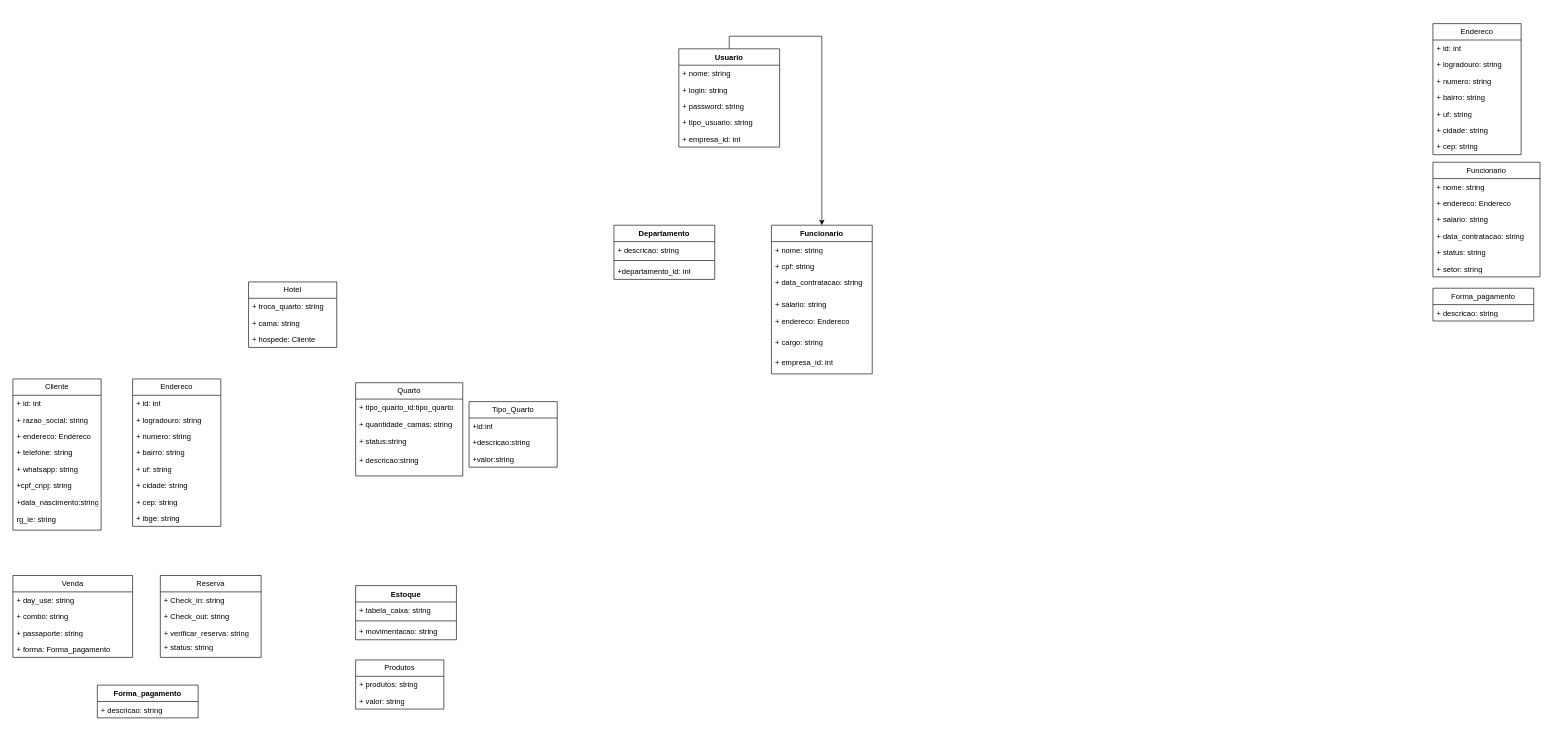
This is page "Geral" (1 of 3) of Diagrama sem nome.drawio from FSOFTSistemas/Lago, a draw.io file, before an edit. Source tidied: cells renumbered, new cells numbered last; positions are measured from the earlier drawing's top-left corner, leaving out a move shared by most shapes. Both pictures are drawn from the tidied source at 63%, with x=0, y=0 at pixel (13, 23).
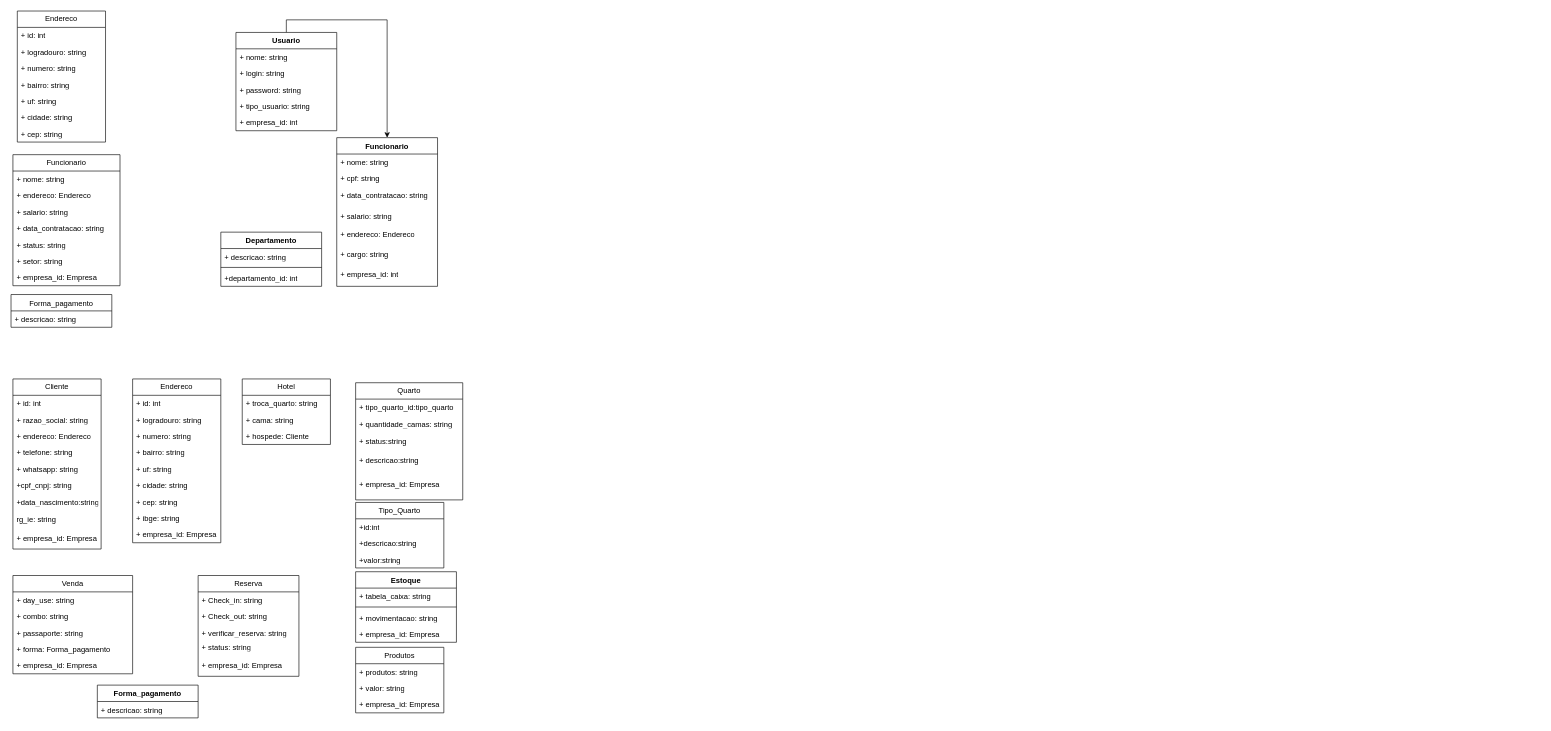
The same page after the edit.

The edit, as a diff of the source:
```diff
@@
     <mxCell id="2" value="Endereco" style="swimlane;fontStyle=0;horizontal=1;startSize=26;fillColor=none;whiteSpace=wrap;html=1;" parent="1" vertex="1">
-      <mxGeometry x="2254" width="140" height="208" as="geometry" />
+      <mxGeometry x="7" y="-20" width="140" height="208" as="geometry" />
     </mxCell>
@@
     <mxCell id="10" value="Cliente" style="swimlane;fontStyle=0;horizontal=1;startSize=26;fillColor=none;whiteSpace=wrap;html=1;" parent="1" vertex="1">
-      <mxGeometry y="564" width="140" height="240" as="geometry" />
+      <mxGeometry y="564" width="140" height="270" as="geometry" />
     </mxCell>
@@
+    <mxCell id="88" value="rg_ie: string" style="text;strokeColor=none;fillColor=none;align=left;verticalAlign=top;spacingLeft=4;spacingRight=4;overflow=hidden;whiteSpace=wrap;html=1;" parent="10" vertex="1">
+      <mxGeometry y="210" width="140" height="30" as="geometry" />
+    </mxCell>
-    <mxCell id="18" value="rg_ie: string" style="text;strokeColor=none;fillColor=none;align=left;verticalAlign=top;spacingLeft=4;spacingRight=4;overflow=hidden;whiteSpace=wrap;html=1;" parent="10" vertex="1">
-      <mxGeometry y="210" width="140" height="30" as="geometry" />
+    <mxCell id="18" value="+ empresa_id: Empresa" style="text;strokeColor=none;fillColor=none;align=left;verticalAlign=top;spacingLeft=4;spacingRight=4;overflow=hidden;whiteSpace=wrap;html=1;" parent="10" vertex="1">
+      <mxGeometry y="240" width="140" height="30" as="geometry" />
     </mxCell>
     <mxCell id="19" value="Funcionario" style="swimlane;fontStyle=0;horizontal=1;startSize=26;fillColor=none;whiteSpace=wrap;html=1;" parent="1" vertex="1">
-      <mxGeometry x="2254" y="220" width="170" height="182" as="geometry" />
+      <mxGeometry y="208" width="170" height="208" as="geometry" />
     </mxCell>
@@
+    <mxCell id="89" value="+ empresa_id: Empresa" style="text;strokeColor=none;fillColor=none;align=left;verticalAlign=top;spacingLeft=4;spacingRight=4;overflow=hidden;whiteSpace=wrap;html=1;" parent="19" vertex="1">
+      <mxGeometry y="182" width="170" height="26" as="geometry" />
+    </mxCell>
     <mxCell id="26" value="&lt;span style=&quot;font-weight: normal;&quot;&gt;Forma_pagamento&lt;/span&gt;" style="swimlane;fontStyle=1;align=center;verticalAlign=top;horizontal=1;startSize=26;whiteSpace=wrap;html=1;" parent="1" vertex="1">
-      <mxGeometry x="2254" y="420" width="160" height="52" as="geometry" />
+      <mxGeometry x="-3" y="430" width="160" height="52" as="geometry" />
     </mxCell>
@@
     <mxCell id="30" value="Venda" style="swimlane;fontStyle=0;horizontal=1;startSize=26;fillColor=none;whiteSpace=wrap;html=1;" parent="1" vertex="1">
-      <mxGeometry y="876" width="190" height="130" as="geometry" />
+      <mxGeometry y="876" width="190" height="156" as="geometry" />
     </mxCell>
@@
+    <mxCell id="90" value="+ forma: Forma_pagamento" style="text;strokeColor=none;fillColor=none;align=left;verticalAlign=top;spacingLeft=4;spacingRight=4;overflow=hidden;whiteSpace=wrap;html=1;" parent="30" vertex="1">
+      <mxGeometry y="104" width="190" height="26" as="geometry" />
+    </mxCell>
-    <mxCell id="34" value="+ forma: Forma_pagamento" style="text;strokeColor=none;fillColor=none;align=left;verticalAlign=top;spacingLeft=4;spacingRight=4;overflow=hidden;whiteSpace=wrap;html=1;" parent="30" vertex="1">
-      <mxGeometry y="104" width="190" height="26" as="geometry" />
+    <mxCell id="34" value="+ empresa_id: Empresa" style="text;strokeColor=none;fillColor=none;align=left;verticalAlign=top;spacingLeft=4;spacingRight=4;overflow=hidden;whiteSpace=wrap;html=1;" parent="30" vertex="1">
+      <mxGeometry y="130" width="190" height="26" as="geometry" />
     </mxCell>
     <mxCell id="35" value="Hotel" style="swimlane;fontStyle=0;horizontal=1;startSize=26;fillColor=none;whiteSpace=wrap;html=1;" parent="1" vertex="1">
-      <mxGeometry x="374" y="410" width="140" height="104" as="geometry" />
+      <mxGeometry x="364" y="564" width="140" height="104" as="geometry" />
     </mxCell>
@@
     <mxCell id="39" value="Quarto" style="swimlane;fontStyle=0;horizontal=1;startSize=26;fillColor=none;whiteSpace=wrap;html=1;" parent="1" vertex="1">
-      <mxGeometry x="544" y="570" width="170" height="148" as="geometry" />
+      <mxGeometry x="544" y="570" width="170" height="186" as="geometry" />
     </mxCell>
@@
+    <mxCell id="91" value="+ empresa_id: Empresa" style="text;strokeColor=none;fillColor=none;align=left;verticalAlign=top;spacingLeft=4;spacingRight=4;overflow=hidden;whiteSpace=wrap;html=1;" parent="39" vertex="1">
+      <mxGeometry y="148" width="170" height="38" as="geometry" />
+    </mxCell>
     <mxCell id="44" value="Reserva" style="swimlane;fontStyle=0;horizontal=1;startSize=26;fillColor=none;whiteSpace=wrap;html=1;" parent="1" vertex="1">
-      <mxGeometry x="234" y="876" width="160" height="130" as="geometry" />
+      <mxGeometry x="294" y="876" width="160" height="160" as="geometry" />
     </mxCell>
@@
+    <mxCell id="92" value="+ empresa_id: Empresa" style="text;strokeColor=none;fillColor=none;align=left;verticalAlign=top;spacingLeft=4;spacingRight=4;overflow=hidden;whiteSpace=wrap;html=1;" parent="44" vertex="1">
+      <mxGeometry y="130" width="160" height="30" as="geometry" />
+    </mxCell>
     <mxCell id="49" value="Produtos" style="swimlane;fontStyle=0;horizontal=1;startSize=26;fillColor=none;whiteSpace=wrap;html=1;" parent="1" vertex="1">
-      <mxGeometry x="544" y="1010" width="140" height="78" as="geometry" />
+      <mxGeometry x="544" y="990" width="140" height="104" as="geometry" />
     </mxCell>
@@
+    <mxCell id="93" value="+ empresa_id: Empresa" style="text;strokeColor=none;fillColor=none;align=left;verticalAlign=top;spacingLeft=4;spacingRight=4;overflow=hidden;whiteSpace=wrap;html=1;" parent="49" vertex="1">
+      <mxGeometry y="78" width="140" height="26" as="geometry" />
+    </mxCell>
     <mxCell id="52" value="Estoque" style="swimlane;fontStyle=1;align=center;verticalAlign=top;horizontal=1;startSize=26;whiteSpace=wrap;html=1;" parent="1" vertex="1">
-      <mxGeometry x="544" y="892" width="160" height="86" as="geometry" />
+      <mxGeometry x="544" y="870" width="160" height="112" as="geometry" />
     </mxCell>
@@
+    <mxCell id="94" value="+ empresa_id: Empresa" style="text;strokeColor=none;fillColor=none;align=left;verticalAlign=top;spacingLeft=4;spacingRight=4;overflow=hidden;whiteSpace=wrap;html=1;" parent="52" vertex="1">
+      <mxGeometry y="86" width="160" height="26" as="geometry" />
+    </mxCell>
@@
     <mxCell id="57" value="Usuario" style="swimlane;fontStyle=1;align=center;verticalAlign=top;horizontal=1;startSize=26;whiteSpace=wrap;html=1;" parent="1" vertex="1">
-      <mxGeometry x="1057" y="40" width="160" height="156" as="geometry" />
+      <mxGeometry x="354" y="14" width="160" height="156" as="geometry" />
     </mxCell>
@@
     <mxCell id="63" value="Funcionario" style="swimlane;fontStyle=1;align=center;verticalAlign=top;horizontal=1;startSize=26;whiteSpace=wrap;html=1;" parent="1" vertex="1">
-      <mxGeometry x="1204" y="320" width="160" height="236" as="geometry" />
+      <mxGeometry x="514" y="181" width="160" height="236" as="geometry" />
     </mxCell>
@@
     <mxCell id="71" value="Departamento" style="swimlane;fontStyle=1;align=center;verticalAlign=top;horizontal=1;startSize=26;whiteSpace=wrap;html=1;" parent="1" vertex="1">
-      <mxGeometry x="954" y="320" width="160" height="86" as="geometry" />
+      <mxGeometry x="330" y="331" width="160" height="86" as="geometry" />
     </mxCell>
@@
     <mxCell id="75" value="Endereco" style="swimlane;fontStyle=0;horizontal=1;startSize=26;fillColor=none;whiteSpace=wrap;html=1;" parent="1" vertex="1">
-      <mxGeometry x="190" y="564" width="140" height="234" as="geometry" />
+      <mxGeometry x="190" y="564" width="140" height="260" as="geometry" />
     </mxCell>
@@
+    <mxCell id="95" value="+ empresa_id: Empresa" style="text;strokeColor=none;fillColor=none;align=left;verticalAlign=top;spacingLeft=4;spacingRight=4;overflow=hidden;whiteSpace=wrap;html=1;" parent="75" vertex="1">
+      <mxGeometry y="234" width="140" height="26" as="geometry" />
+    </mxCell>
     <mxCell id="84" value="Tipo_Quarto" style="swimlane;fontStyle=0;horizontal=1;startSize=26;fillColor=none;whiteSpace=wrap;html=1;" parent="1" vertex="1">
-      <mxGeometry x="724" y="600" width="140" height="104" as="geometry" />
+      <mxGeometry x="544" y="760" width="140" height="104" as="geometry" />
     </mxCell>
```
